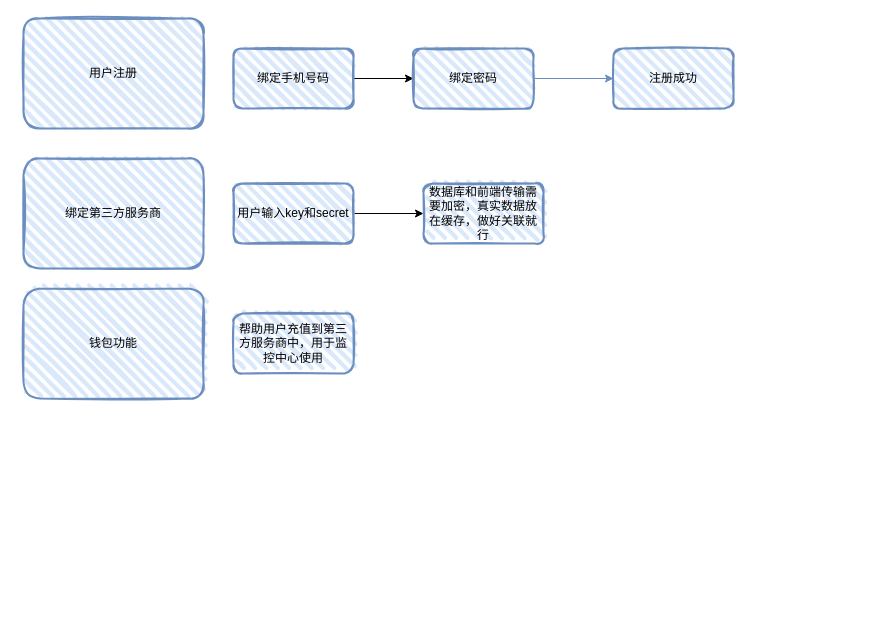
This is 云服务器管理监控系统.drawio from Peaceuai/images, a draw.io file, before an edit. Source tidied: cells renumbered, new cells numbered last; positions are measured from the earlier drawing's top-left corner, leaving out a move shared by most shapes. Both pictures are drawn from the tidied source at 100%, with x=0, y=0 at pixel (23, 18).
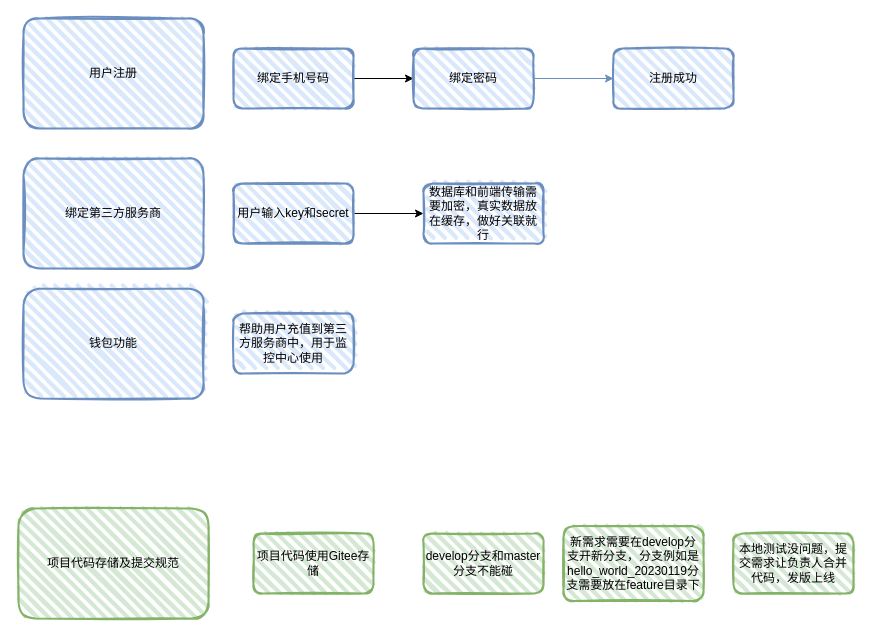
The same page after the edit.

Commit message (it also covers changes not shown here):
更新云服务器管理监控系统.drawio

Diff of the diagram source:
```diff
@@
 <mxGraphModel>
   <root>
     <mxCell id="0" />
     <mxCell id="1" parent="0" />
     <mxCell id="2" value="用户注册" style="rounded=1;whiteSpace=wrap;html=1;strokeWidth=2;fillWeight=4;hachureGap=8;hachureAngle=45;fillColor=#dae8fc;sketch=1;strokeColor=#6c8ebf;" parent="1" vertex="1">
       <mxGeometry width="180" height="110" as="geometry" />
     </mxCell>
     <mxCell id="3" style="edgeStyle=orthogonalEdgeStyle;rounded=0;jettySize=auto;html=1;entryX=0;entryY=0.5;entryDx=0;entryDy=0;" parent="1" edge="1" source="4" target="6">
       <mxGeometry relative="1" as="geometry" />
     </mxCell>
     <mxCell id="4" value="绑定手机号码" style="rounded=1;whiteSpace=wrap;html=1;strokeWidth=2;fillWeight=4;hachureGap=8;hachureAngle=45;fillColor=#dae8fc;sketch=1;strokeColor=#6c8ebf;" parent="1" vertex="1">
       <mxGeometry x="210" y="30" width="120" height="60" as="geometry" />
     </mxCell>
     <mxCell id="5" style="edgeStyle=orthogonalEdgeStyle;rounded=0;jettySize=auto;html=1;entryX=0;entryY=0.5;entryDx=0;entryDy=0;fillColor=#dae8fc;strokeColor=#6c8ebf;" parent="1" edge="1" source="6" target="7">
       <mxGeometry relative="1" as="geometry" />
     </mxCell>
     <mxCell id="6" value="绑定密码" style="rounded=1;whiteSpace=wrap;html=1;strokeWidth=2;fillWeight=4;hachureGap=8;hachureAngle=45;fillColor=#dae8fc;sketch=1;strokeColor=#6c8ebf;" parent="1" vertex="1">
       <mxGeometry x="390" y="30" width="120" height="60" as="geometry" />
     </mxCell>
     <mxCell id="7" value="注册成功" style="rounded=1;whiteSpace=wrap;html=1;strokeWidth=2;fillWeight=4;hachureGap=8;hachureAngle=45;fillColor=#dae8fc;sketch=1;strokeColor=#6c8ebf;" parent="1" vertex="1">
       <mxGeometry x="590" y="30" width="120" height="60" as="geometry" />
     </mxCell>
     <mxCell id="8" value="绑定第三方服务商" style="rounded=1;whiteSpace=wrap;html=1;strokeWidth=2;fillWeight=4;hachureGap=8;hachureAngle=45;fillColor=#dae8fc;sketch=1;strokeColor=#6c8ebf;" parent="1" vertex="1">
       <mxGeometry y="140" width="180" height="110" as="geometry" />
     </mxCell>
     <mxCell id="9" style="edgeStyle=orthogonalEdgeStyle;rounded=0;jettySize=auto;html=1;entryX=0;entryY=0.5;entryDx=0;entryDy=0;" parent="1" edge="1" source="10" target="11">
       <mxGeometry relative="1" as="geometry" />
     </mxCell>
     <mxCell id="10" value="用户输入key和secret" style="rounded=1;whiteSpace=wrap;html=1;strokeWidth=2;fillWeight=4;hachureGap=8;hachureAngle=45;fillColor=#dae8fc;sketch=1;strokeColor=#6c8ebf;" parent="1" vertex="1">
       <mxGeometry x="210" y="165" width="120" height="60" as="geometry" />
     </mxCell>
     <mxCell id="11" value="数据库和前端传输需要加密，真实数据放在缓存，做好关联就行" style="rounded=1;whiteSpace=wrap;html=1;strokeWidth=2;fillWeight=4;hachureGap=8;hachureAngle=45;fillColor=#dae8fc;sketch=1;strokeColor=#6c8ebf;" parent="1" vertex="1">
       <mxGeometry x="400" y="165" width="120" height="60" as="geometry" />
     </mxCell>
     <mxCell id="12" value="钱包功能" style="rounded=1;whiteSpace=wrap;html=1;strokeWidth=2;fillWeight=4;hachureGap=8;hachureAngle=45;fillColor=#dae8fc;sketch=1;strokeColor=#6c8ebf;" parent="1" vertex="1">
       <mxGeometry y="270" width="180" height="110" as="geometry" />
     </mxCell>
     <mxCell id="13" value="帮助用户充值到第三方服务商中，用于监控中心使用" style="rounded=1;whiteSpace=wrap;html=1;strokeWidth=2;fillWeight=4;hachureGap=8;hachureAngle=45;fillColor=#dae8fc;sketch=1;strokeColor=#6c8ebf;" parent="1" vertex="1">
       <mxGeometry x="210" y="295" width="120" height="60" as="geometry" />
     </mxCell>
+    <mxCell id="14" value="项目代码存储及提交规范" style="rounded=1;whiteSpace=wrap;html=1;strokeWidth=2;fillWeight=4;hachureGap=8;hachureAngle=45;fillColor=#d5e8d4;sketch=1;strokeColor=#82b366;" parent="1" vertex="1">
+      <mxGeometry x="-5" y="490" width="190" height="110" as="geometry" />
+    </mxCell>
+    <mxCell id="15" value="项目代码使用Gitee存储" style="rounded=1;whiteSpace=wrap;html=1;strokeWidth=2;fillWeight=4;hachureGap=8;hachureAngle=45;fillColor=#d5e8d4;sketch=1;strokeColor=#82b366;" parent="1" vertex="1">
+      <mxGeometry x="230" y="515" width="120" height="60" as="geometry" />
+    </mxCell>
+    <mxCell id="16" value="develop分支和master分支不能碰" style="rounded=1;whiteSpace=wrap;html=1;strokeWidth=2;fillWeight=4;hachureGap=8;hachureAngle=45;fillColor=#d5e8d4;sketch=1;strokeColor=#82b366;" parent="1" vertex="1">
+      <mxGeometry x="400" y="515" width="120" height="60" as="geometry" />
+    </mxCell>
+    <mxCell id="17" value="新需求需要在develop分支开新分支，分支例如是hello_world_20230119分支需要放在feature目录下" style="rounded=1;whiteSpace=wrap;html=1;strokeWidth=2;fillWeight=4;hachureGap=8;hachureAngle=45;fillColor=#d5e8d4;sketch=1;strokeColor=#82b366;" parent="1" vertex="1">
+      <mxGeometry x="540" y="507.5" width="140" height="75" as="geometry" />
+    </mxCell>
+    <mxCell id="18" value="本地测试没问题，提交需求让负责人合并代码，发版上线" style="rounded=1;whiteSpace=wrap;html=1;strokeWidth=2;fillWeight=4;hachureGap=8;hachureAngle=45;fillColor=#d5e8d4;sketch=1;strokeColor=#82b366;" parent="1" vertex="1">
+      <mxGeometry x="710" y="515" width="120" height="60" as="geometry" />
+    </mxCell>
   </root>
 </mxGraphModel>
```
